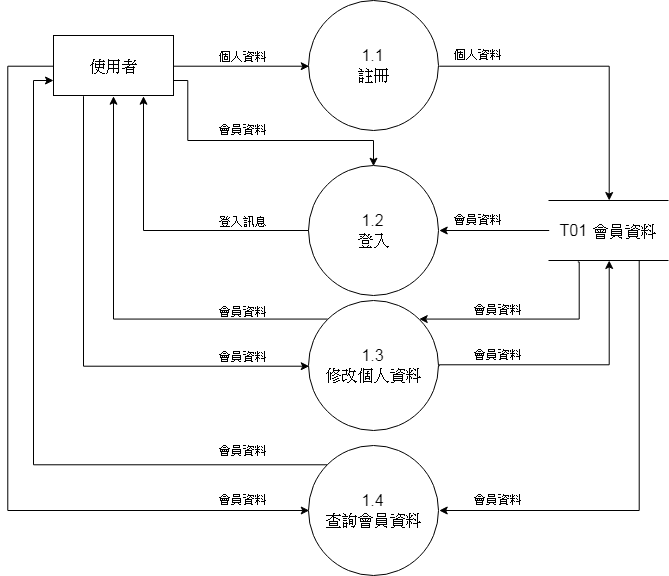
Before: DFD/DFD-圖1.png, a diagram exported from draw.io (teamHH/HH). Source tidied: cells renumbered, new cells last; positions are measured from the earlier drawing's top-left corner, leaving out a move shared by most shapes.
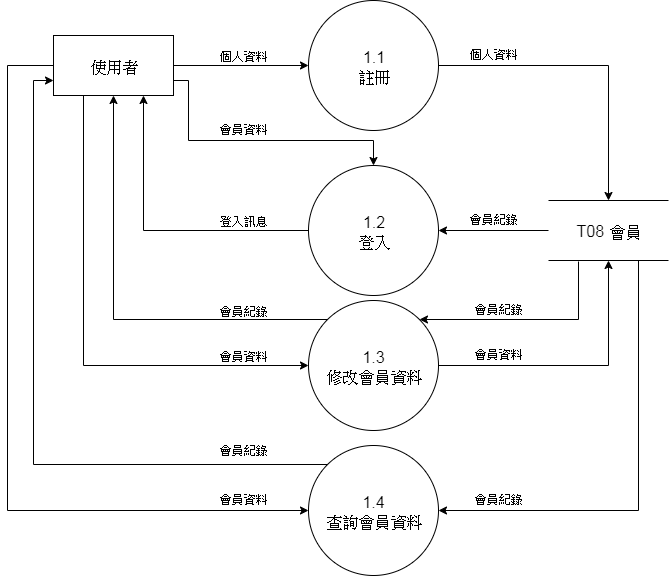
Above is the later version.

The edit, as a diff of the source:
```diff
@@ -54,11 +54,11 @@
         </Array>
       </mxGeometry>
     </mxCell>
-    <mxCell id="13" value="&lt;font style=&quot;font-size: 16px&quot;&gt;T01 會員資料&lt;/font&gt;" style="shape=partialRectangle;whiteSpace=wrap;html=1;left=0;right=0;fillColor=none;" parent="1" vertex="1">
+    <mxCell id="13" value="&lt;font style=&quot;font-size: 16px&quot;&gt;T08 會員&lt;/font&gt;" style="shape=partialRectangle;whiteSpace=wrap;html=1;left=0;right=0;fillColor=none;" parent="1" vertex="1">
       <mxGeometry x="541" y="200" width="120" height="60" as="geometry" />
     </mxCell>
     <mxCell id="14" value="個人資料&lt;br&gt;" style="text;html=1;align=center;verticalAlign=top;spacingTop=-4;" parent="1" vertex="1">
-      <mxGeometry x="441" y="45" width="60" height="20" as="geometry" />
+      <mxGeometry x="456" y="45" width="60" height="20" as="geometry" />
     </mxCell>
     <mxCell id="15" style="edgeStyle=orthogonalEdgeStyle;rounded=0;jettySize=auto;html=1;exitX=0;exitY=0.5;exitDx=0;exitDy=0;entryX=0.75;entryY=1;entryDx=0;entryDy=0;" parent="1" edge="1" source="16" target="5">
       <mxGeometry relative="1" as="geometry" />
@@ -69,8 +69,8 @@
     <mxCell id="17" value="會員資料" style="text;html=1;align=center;verticalAlign=top;spacingTop=-4;" parent="1" vertex="1">
       <mxGeometry x="206" y="120" width="60" height="20" as="geometry" />
     </mxCell>
-    <mxCell id="18" value="會員資料" style="text;html=1;align=center;verticalAlign=top;spacingTop=-4;" parent="1" vertex="1">
-      <mxGeometry x="441" y="210" width="60" height="20" as="geometry" />
+    <mxCell id="18" value="會員紀錄" style="text;html=1;align=center;verticalAlign=top;spacingTop=-4;" parent="1" vertex="1">
+      <mxGeometry x="456" y="210" width="60" height="20" as="geometry" />
     </mxCell>
     <mxCell id="19" value="登入訊息" style="text;html=1;align=center;verticalAlign=bottom;spacingTop=-4;" parent="1" vertex="1">
       <mxGeometry x="206" y="210" width="60" height="20" as="geometry" />
@@ -85,7 +85,7 @@
     <mxCell id="21" style="edgeStyle=orthogonalEdgeStyle;rounded=0;jettySize=auto;html=1;exitX=0;exitY=0;exitDx=0;exitDy=0;entryX=0.5;entryY=1;entryDx=0;entryDy=0;" parent="1" edge="1" source="22" target="5">
       <mxGeometry relative="1" as="geometry" />
     </mxCell>
-    <mxCell id="22" value="&lt;font style=&quot;font-size: 16px&quot;&gt;1.3&lt;br&gt;修改個人資料&lt;br&gt;&lt;/font&gt;" style="ellipse;whiteSpace=wrap;html=1;" parent="1" vertex="1">
+    <mxCell id="22" value="&lt;font style=&quot;font-size: 16px&quot;&gt;1.3&lt;br&gt;修改會員資料&lt;br&gt;&lt;/font&gt;" style="ellipse;whiteSpace=wrap;html=1;" parent="1" vertex="1">
       <mxGeometry x="301" y="300" width="130" height="130" as="geometry" />
     </mxCell>
     <mxCell id="23" style="edgeStyle=orthogonalEdgeStyle;rounded=0;jumpSize=6;jettySize=auto;html=1;exitX=0;exitY=0;exitDx=0;exitDy=0;entryX=0;entryY=0.75;entryDx=0;entryDy=0;" parent="1" edge="1" source="24" target="5">
@@ -103,16 +103,16 @@
     <mxCell id="27" value="&lt;div style=&quot;text-align: center&quot;&gt;&lt;span&gt;會員資料&lt;/span&gt;&lt;/div&gt;" style="text;html=1;align=center;verticalAlign=top;spacingTop=-4;" parent="1" vertex="1">
       <mxGeometry x="461" y="345" width="60" height="20" as="geometry" />
     </mxCell>
-    <mxCell id="28" value="&lt;div style=&quot;text-align: center&quot;&gt;&lt;span&gt;會員資料&lt;/span&gt;&lt;/div&gt;" style="text;html=1;align=center;verticalAlign=top;spacingTop=-4;" parent="1" vertex="1">
+    <mxCell id="28" value="&lt;div style=&quot;text-align: center&quot;&gt;&lt;span&gt;會員紀錄&lt;/span&gt;&lt;/div&gt;" style="text;html=1;align=center;verticalAlign=top;spacingTop=-4;" parent="1" vertex="1">
       <mxGeometry x="461" y="490" width="60" height="20" as="geometry" />
     </mxCell>
-    <mxCell id="29" value="會員資料" style="text;html=1;align=center;verticalAlign=top;spacingTop=-4;" parent="1" vertex="1">
+    <mxCell id="29" value="會員紀錄" style="text;html=1;align=center;verticalAlign=top;spacingTop=-4;" parent="1" vertex="1">
       <mxGeometry x="206" y="440.5" width="60" height="20" as="geometry" />
     </mxCell>
-    <mxCell id="30" value="會員資料" style="text;html=1;align=center;verticalAlign=bottom;spacingTop=-4;" parent="1" vertex="1">
+    <mxCell id="30" value="會員紀錄" style="text;html=1;align=center;verticalAlign=bottom;spacingTop=-4;" parent="1" vertex="1">
       <mxGeometry x="206" y="300" width="60" height="20" as="geometry" />
     </mxCell>
-    <mxCell id="31" value="&lt;div style=&quot;text-align: center&quot;&gt;&lt;span&gt;會員資料&lt;/span&gt;&lt;/div&gt;" style="text;html=1;align=center;verticalAlign=top;spacingTop=-4;" parent="1" vertex="1">
+    <mxCell id="31" value="&lt;div style=&quot;text-align: center&quot;&gt;&lt;span&gt;會員紀錄&lt;/span&gt;&lt;/div&gt;" style="text;html=1;align=center;verticalAlign=top;spacingTop=-4;" parent="1" vertex="1">
       <mxGeometry x="461" y="300" width="60" height="20" as="geometry" />
     </mxCell>
   </root>
```
